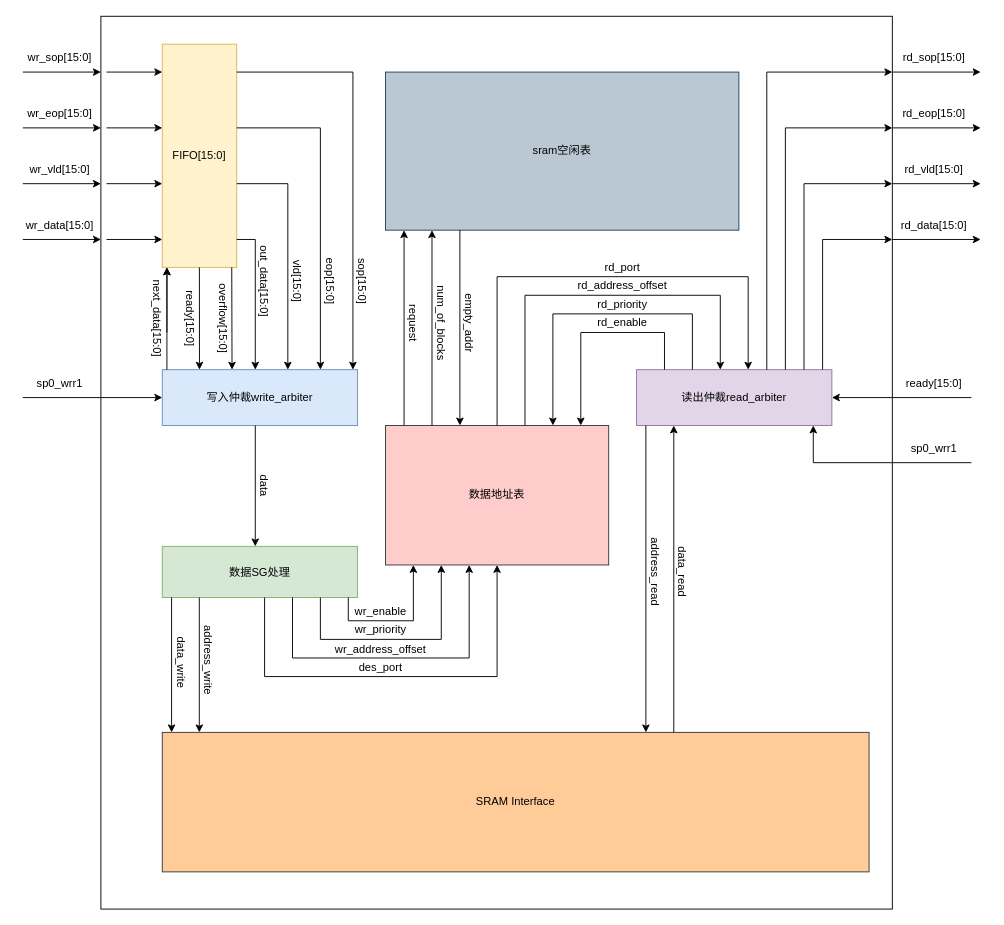
Earlier version of the draw.io diagram system_blocks/system_block.drawio (miilTgy/sram_ctl). Source tidied: cells renumbered, new cells numbered last; positions are measured from the earlier drawing's top-left corner, leaving out a move shared by most shapes. Both pictures are drawn from the tidied source at 93%, with x=0, y=0 at pixel (22, 16).
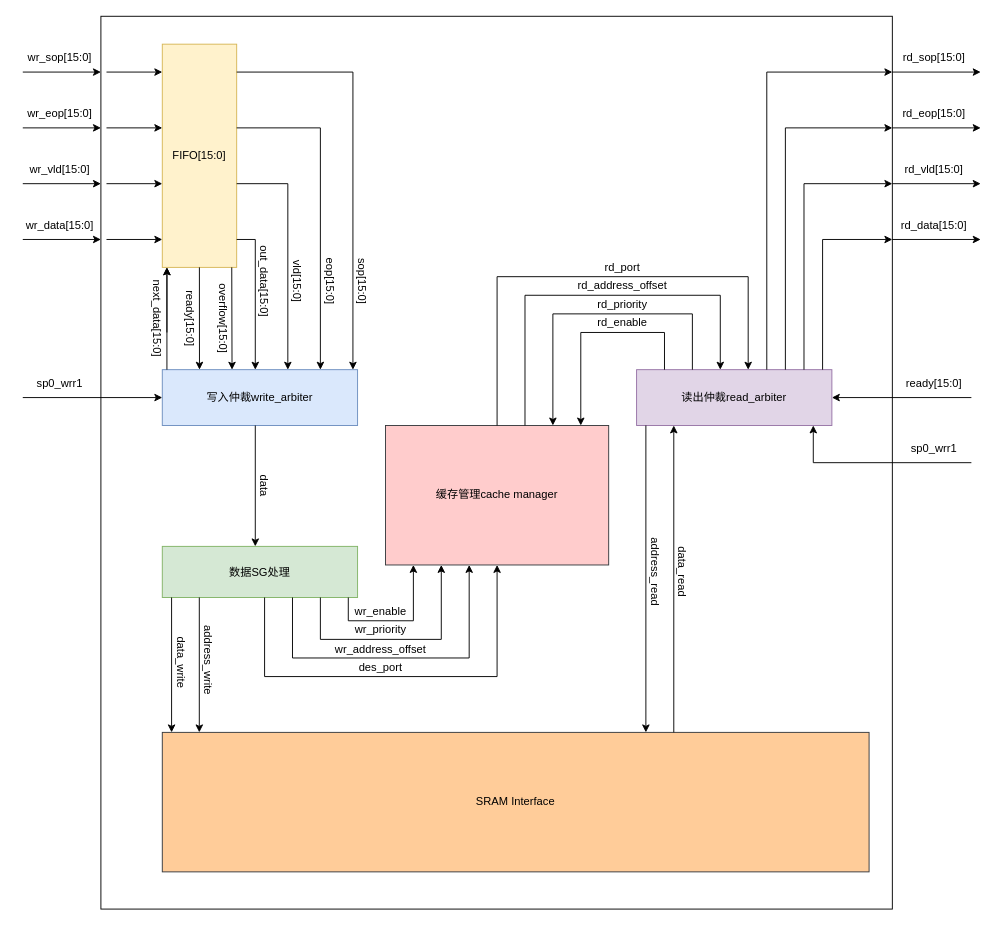
After the change.

Commit message (it also covers changes not shown here):
Modified system_block.

Change to the diagram source:
```diff
@@
-    <mxCell id="40" value="数据地址表" style="rounded=0;whiteSpace=wrap;html=1;fillColor=#ffcccc;strokeColor=#36393d;" parent="1" vertex="1">
+    <mxCell id="40" value="缓存管理cache manager" style="rounded=0;whiteSpace=wrap;html=1;fillColor=#ffcccc;strokeColor=#36393d;" parent="1" vertex="1">
       <mxGeometry x="390" y="440" width="240" height="150" as="geometry" />
     </mxCell>
@@
-    <mxCell id="78" value="sram空闲表" style="rounded=0;whiteSpace=wrap;html=1;fillColor=#bac8d3;strokeColor=#23445d;" parent="1" vertex="1">
-      <mxGeometry x="390" y="60" width="380" height="170" as="geometry" />
-    </mxCell>
-    <mxCell id="79" style="endArrow=classic;html=1;rounded=0;" parent="1" edge="1">
-      <mxGeometry relative="1" as="geometry">
-        <mxPoint x="410" y="440" as="sourcePoint" />
-        <mxPoint x="410" y="230" as="targetPoint" />
-      </mxGeometry>
-    </mxCell>
-    <mxCell id="80" style="endArrow=classic;html=1;rounded=0;" parent="1" edge="1">
-      <mxGeometry relative="1" as="geometry">
-        <mxPoint x="470" y="230" as="sourcePoint" />
-        <mxPoint x="470" y="440" as="targetPoint" />
-      </mxGeometry>
-    </mxCell>
-    <mxCell id="81" value="request" style="text;html=1;align=center;verticalAlign=middle;whiteSpace=wrap;rounded=0;rotation=90;" parent="1" vertex="1">
-      <mxGeometry x="390" y="315" width="60" height="30" as="geometry" />
-    </mxCell>
-    <mxCell id="82" value="empty_addr" style="text;html=1;align=center;verticalAlign=middle;whiteSpace=wrap;rounded=0;rotation=90;" parent="1" vertex="1">
-      <mxGeometry x="450" y="315" width="60" height="30" as="geometry" />
-    </mxCell>
-    <mxCell id="83" style="endArrow=classic;html=1;rounded=0;" parent="1" edge="1">
-      <mxGeometry relative="1" as="geometry">
-        <mxPoint x="440" y="440" as="sourcePoint" />
-        <mxPoint x="440" y="230" as="targetPoint" />
-      </mxGeometry>
-    </mxCell>
-    <mxCell id="84" value="num_of_blocks" style="text;html=1;align=center;verticalAlign=middle;whiteSpace=wrap;rounded=0;rotation=90;" parent="1" vertex="1">
-      <mxGeometry x="420" y="315" width="60" height="30" as="geometry" />
-    </mxCell>
```
